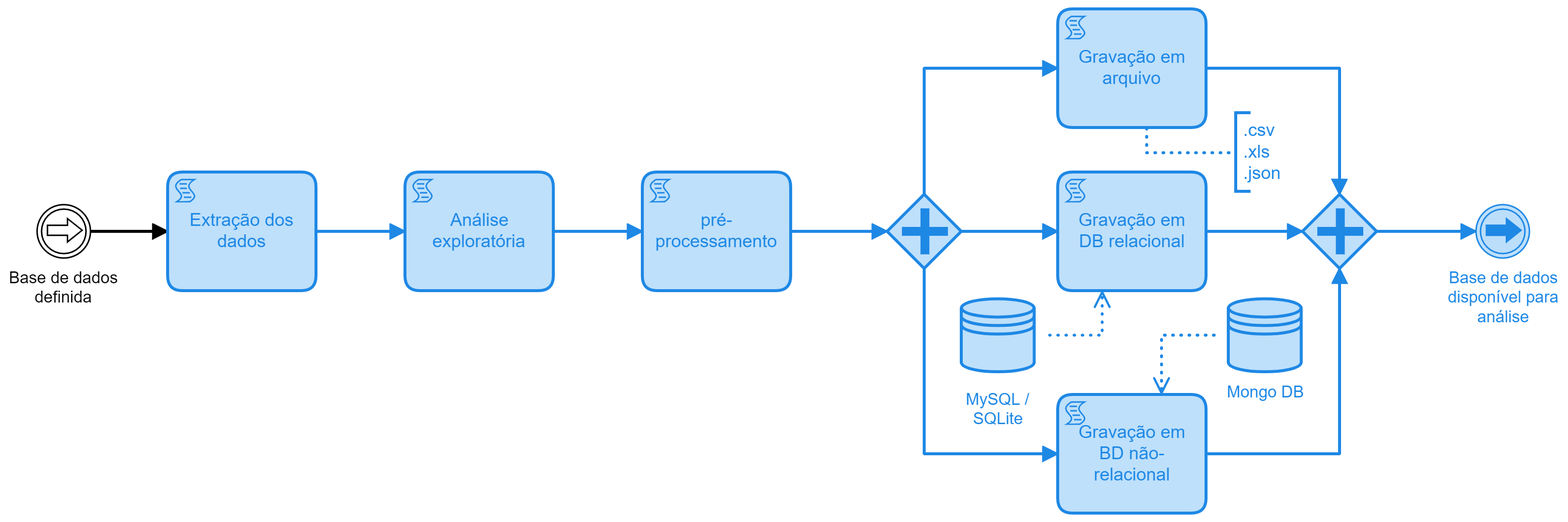
Above: Images/Data_analysis_process_2.png in mauriciovll/DA1_2023_Contratos-SC (BPMN), before the change. Its source is kept beside it as Documents/Data_analysis_process_2.bpmn. Ids are renumbered. Its diagram source:
```xml
<bpmn:definitions xmlns:bpmn="http://www.omg.org/spec/BPMN/20100524/MODEL" xmlns:bpmndi="http://www.omg.org/spec/BPMN/20100524/DI" xmlns:dc="http://www.omg.org/spec/DD/20100524/DC" xmlns:bioc="http://bpmn.io/schema/bpmn/biocolor/1.0" xmlns:color="http://www.omg.org/spec/BPMN/non-normative/color/1.0" xmlns:di="http://www.omg.org/spec/DD/20100524/DI" xmlns:modeler="http://camunda.org/schema/modeler/1.0" id="Definitions_n1" targetNamespace="http://bpmn.io/schema/bpmn" exporter="Camunda Modeler" exporterVersion="4.10.0-nightly.20210829" modeler:executionPlatform="Camunda Platform" modeler:executionPlatformVersion="7.15.0">
  <bpmn:process id="Process_n2" isExecutable="true">
    <bpmn:sequenceFlow id="Flow_n3" sourceRef="StartEvent_1" targetRef="Activity_n4" />
    <bpmn:sequenceFlow id="Flow_n5" sourceRef="Activity_n4" targetRef="Activity_n6" />
    <bpmn:sequenceFlow id="Flow_n7" sourceRef="Activity_n6" targetRef="Activity_n8" />
    <bpmn:sequenceFlow id="Flow_n9" sourceRef="Activity_n8" targetRef="Gateway_n10" />
    <bpmn:sequenceFlow id="Flow_n11" sourceRef="Gateway_n10" targetRef="Activity_n12" />
    <bpmn:sequenceFlow id="Flow_n13" sourceRef="Gateway_n10" targetRef="Activity_n14" />
    <bpmn:sequenceFlow id="Flow_n15" sourceRef="Gateway_n10" targetRef="Activity_n16" />
    <bpmn:sequenceFlow id="Flow_n17" sourceRef="Activity_n12" targetRef="Gateway_n18" />
    <bpmn:sequenceFlow id="Flow_n19" sourceRef="Activity_n14" targetRef="Gateway_n18" />
    <bpmn:sequenceFlow id="Flow_n20" sourceRef="Activity_n16" targetRef="Gateway_n18" />
    <bpmn:sequenceFlow id="Flow_n21" sourceRef="Gateway_n18" targetRef="Event_n22" />
    <bpmn:parallelGateway id="Gateway_n10">
      <bpmn:incoming>Flow_n9</bpmn:incoming>
      <bpmn:outgoing>Flow_n11</bpmn:outgoing>
      <bpmn:outgoing>Flow_n13</bpmn:outgoing>
      <bpmn:outgoing>Flow_n15</bpmn:outgoing>
    </bpmn:parallelGateway>
    <bpmn:parallelGateway id="Gateway_n18">
      <bpmn:incoming>Flow_n17</bpmn:incoming>
      <bpmn:incoming>Flow_n19</bpmn:incoming>
      <bpmn:incoming>Flow_n20</bpmn:incoming>
      <bpmn:outgoing>Flow_n21</bpmn:outgoing>
    </bpmn:parallelGateway>
    <bpmn:intermediateThrowEvent id="Event_n22" name="Base de dados disponível para análise">
      <bpmn:incoming>Flow_n21</bpmn:incoming>
      <bpmn:linkEventDefinition id="LinkEventDefinition_n23" name="" />
    </bpmn:intermediateThrowEvent>
    <bpmn:dataStoreReference id="DataStoreReference_n24" name="MySQL /&#10;SQLite" />
    <bpmn:dataStoreReference id="DataStoreReference_n25" name="Mongo DB" />
    <bpmn:intermediateCatchEvent id="StartEvent_1" name="Base de dados definida">
      <bpmn:outgoing>Flow_n3</bpmn:outgoing>
      <bpmn:linkEventDefinition id="LinkEventDefinition_n26" name="" />
    </bpmn:intermediateCatchEvent>
    <bpmn:scriptTask id="Activity_n4" name="Extração dos dados">
      <bpmn:incoming>Flow_n3</bpmn:incoming>
      <bpmn:outgoing>Flow_n5</bpmn:outgoing>
    </bpmn:scriptTask>
    <bpmn:scriptTask id="Activity_n6" name="Análise exploratória">
      <bpmn:incoming>Flow_n5</bpmn:incoming>
      <bpmn:outgoing>Flow_n7</bpmn:outgoing>
    </bpmn:scriptTask>
    <bpmn:scriptTask id="Activity_n8" name="pré-processamento">
      <bpmn:incoming>Flow_n7</bpmn:incoming>
      <bpmn:outgoing>Flow_n9</bpmn:outgoing>
    </bpmn:scriptTask>
    <bpmn:scriptTask id="Activity_n12" name="Gravação em arquivo">
      <bpmn:incoming>Flow_n11</bpmn:incoming>
      <bpmn:outgoing>Flow_n17</bpmn:outgoing>
    </bpmn:scriptTask>
    <bpmn:scriptTask id="Activity_n14" name="Gravação em DB relacional">
      <bpmn:incoming>Flow_n13</bpmn:incoming>
      <bpmn:outgoing>Flow_n19</bpmn:outgoing>
      <bpmn:property id="Property_n27" name="__targetRef_placeholder" />
      <bpmn:dataInputAssociation id="DataInputAssociation_n28">
        <bpmn:sourceRef>DataStoreReference_n24</bpmn:sourceRef>
        <bpmn:targetRef>Property_n27</bpmn:targetRef>
      </bpmn:dataInputAssociation>
    </bpmn:scriptTask>
    <bpmn:scriptTask id="Activity_n16" name="Gravação em BD não-relacional">
      <bpmn:incoming>Flow_n15</bpmn:incoming>
      <bpmn:outgoing>Flow_n20</bpmn:outgoing>
      <bpmn:property id="Property_n29" name="__targetRef_placeholder" />
      <bpmn:dataInputAssociation id="DataInputAssociation_n30">
        <bpmn:sourceRef>DataStoreReference_n25</bpmn:sourceRef>
        <bpmn:targetRef>Property_n29</bpmn:targetRef>
      </bpmn:dataInputAssociation>
    </bpmn:scriptTask>
    <bpmn:textAnnotation id="TextAnnotation_n31">
      <bpmn:text>.csv
.xls
.json</bpmn:text>
    </bpmn:textAnnotation>
    <bpmn:association id="Association_n32" sourceRef="TextAnnotation_n31" targetRef="Activity_n12" />
  </bpmn:process>
  <bpmndi:BPMNDiagram id="BPMNDiagram_1">
    <bpmndi:BPMNPlane id="BPMNPlane_1" bpmnElement="Process_n2">
      <bpmndi:BPMNEdge id="Flow_n21_di" bpmnElement="Flow_n21" bioc:stroke="#1e88e5" color:border-color="#1e88e5">
        <di:waypoint x="1075" y="270" />
        <di:waypoint x="1142" y="270" />
      </bpmndi:BPMNEdge>
      <bpmndi:BPMNEdge id="Flow_n20_di" bpmnElement="Flow_n20" bioc:stroke="#1e88e5" color:border-color="#1e88e5">
        <di:waypoint x="960" y="420" />
        <di:waypoint x="1050" y="420" />
        <di:waypoint x="1050" y="295" />
      </bpmndi:BPMNEdge>
      <bpmndi:BPMNEdge id="Flow_n19_di" bpmnElement="Flow_n19" bioc:stroke="#1e88e5" color:border-color="#1e88e5">
        <di:waypoint x="960" y="270" />
        <di:waypoint x="1025" y="270" />
      </bpmndi:BPMNEdge>
      <bpmndi:BPMNEdge id="Flow_n17_di" bpmnElement="Flow_n17" bioc:stroke="#1e88e5" color:border-color="#1e88e5">
        <di:waypoint x="960" y="160" />
        <di:waypoint x="1050" y="160" />
        <di:waypoint x="1050" y="245" />
      </bpmndi:BPMNEdge>
      <bpmndi:BPMNEdge id="Flow_n15_di" bpmnElement="Flow_n15" bioc:stroke="#1e88e5" color:border-color="#1e88e5">
        <di:waypoint x="770" y="295" />
        <di:waypoint x="770" y="420" />
        <di:waypoint x="860" y="420" />
      </bpmndi:BPMNEdge>
      <bpmndi:BPMNEdge id="Flow_n13_di" bpmnElement="Flow_n13" bioc:stroke="#1e88e5" color:border-color="#1e88e5">
        <di:waypoint x="795" y="270" />
        <di:waypoint x="860" y="270" />
      </bpmndi:BPMNEdge>
      <bpmndi:BPMNEdge id="Flow_n11_di" bpmnElement="Flow_n11" bioc:stroke="#1e88e5" color:border-color="#1e88e5">
        <di:waypoint x="770" y="245" />
        <di:waypoint x="770" y="160" />
        <di:waypoint x="860" y="160" />
      </bpmndi:BPMNEdge>
      <bpmndi:BPMNEdge id="Flow_n9_di" bpmnElement="Flow_n9" bioc:stroke="#1e88e5" color:border-color="#1e88e5">
        <di:waypoint x="680" y="270" />
        <di:waypoint x="745" y="270" />
      </bpmndi:BPMNEdge>
      <bpmndi:BPMNEdge id="Flow_n7_di" bpmnElement="Flow_n7" bioc:stroke="#1e88e5" color:border-color="#1e88e5">
        <di:waypoint x="520" y="270" />
        <di:waypoint x="580" y="270" />
      </bpmndi:BPMNEdge>
      <bpmndi:BPMNEdge id="Flow_n5_di" bpmnElement="Flow_n5" bioc:stroke="#1e88e5" color:border-color="#1e88e5">
        <di:waypoint x="360" y="270" />
        <di:waypoint x="420" y="270" />
      </bpmndi:BPMNEdge>
      <bpmndi:BPMNEdge id="Flow_n3_di" bpmnElement="Flow_n3" bioc:stroke="#000000" color:border-color="#000000">
        <di:waypoint x="208" y="270" />
        <di:waypoint x="260" y="270" />
      </bpmndi:BPMNEdge>
      <bpmndi:BPMNShape id="Gateway_0hfpdoh_di" bpmnElement="Gateway_n10" bioc:stroke="#1e88e5" bioc:fill="#bbdefb" color:background-color="#bbdefb" color:border-color="#1e88e5">
        <dc:Bounds x="745" y="245" width="50" height="50" />
      </bpmndi:BPMNShape>
      <bpmndi:BPMNShape id="Gateway_0vm4m70_di" bpmnElement="Gateway_n18" bioc:stroke="#1e88e5" bioc:fill="#bbdefb" color:background-color="#bbdefb" color:border-color="#1e88e5">
        <dc:Bounds x="1025" y="245" width="50" height="50" />
      </bpmndi:BPMNShape>
      <bpmndi:BPMNShape id="Event_12klb8m_di" bpmnElement="Event_n22" bioc:stroke="#1e88e5" bioc:fill="#bbdefb" color:background-color="#bbdefb" color:border-color="#1e88e5">
        <dc:Bounds x="1142" y="252" width="36" height="36" />
        <bpmndi:BPMNLabel>
          <dc:Bounds x="1123" y="295" width="75" height="40" />
        </bpmndi:BPMNLabel>
      </bpmndi:BPMNShape>
      <bpmndi:BPMNShape id="DataStoreReference_n24_di" bpmnElement="DataStoreReference_n24" bioc:stroke="#1e88e5" bioc:fill="#bbdefb" color:background-color="#bbdefb" color:border-color="#1e88e5">
        <dc:Bounds x="795" y="315" width="50" height="50" />
        <bpmndi:BPMNLabel>
          <dc:Bounds x="798" y="377" width="44" height="27" />
        </bpmndi:BPMNLabel>
      </bpmndi:BPMNShape>
      <bpmndi:BPMNShape id="DataStoreReference_n25_di" bpmnElement="DataStoreReference_n25" bioc:stroke="#1e88e5" bioc:fill="#bbdefb" color:background-color="#bbdefb" color:border-color="#1e88e5">
        <dc:Bounds x="975" y="315" width="50" height="50" />
        <bpmndi:BPMNLabel>
          <dc:Bounds x="974" y="372" width="52" height="14" />
        </bpmndi:BPMNLabel>
      </bpmndi:BPMNShape>
      <bpmndi:BPMNShape id="Event_13evutb_di" bpmnElement="StartEvent_1" bioc:stroke="#000000" bioc:fill="#ffffff" color:background-color="#ffffff" color:border-color="#000000">
        <dc:Bounds x="172" y="252" width="36" height="36" />
        <bpmndi:BPMNLabel>
          <dc:Bounds x="153" y="295" width="74" height="27" />
        </bpmndi:BPMNLabel>
      </bpmndi:BPMNShape>
      <bpmndi:BPMNShape id="Activity_1ipvuxh_di" bpmnElement="Activity_n4" bioc:stroke="#1e88e5" bioc:fill="#bbdefb" color:background-color="#bbdefb" color:border-color="#1e88e5">
        <dc:Bounds x="260" y="230" width="100" height="80" />
      </bpmndi:BPMNShape>
      <bpmndi:BPMNShape id="Activity_1uagcx9_di" bpmnElement="Activity_n6" bioc:stroke="#1e88e5" bioc:fill="#bbdefb" color:background-color="#bbdefb" color:border-color="#1e88e5">
        <dc:Bounds x="420" y="230" width="100" height="80" />
      </bpmndi:BPMNShape>
      <bpmndi:BPMNShape id="Activity_1w5jt7l_di" bpmnElement="Activity_n8" bioc:stroke="#1e88e5" bioc:fill="#bbdefb" color:background-color="#bbdefb" color:border-color="#1e88e5">
        <dc:Bounds x="580" y="230" width="100" height="80" />
      </bpmndi:BPMNShape>
      <bpmndi:BPMNShape id="Activity_031lwtl_di" bpmnElement="Activity_n12" bioc:stroke="#1e88e5" bioc:fill="#bbdefb" color:background-color="#bbdefb" color:border-color="#1e88e5">
        <dc:Bounds x="860" y="120" width="100" height="80" />
      </bpmndi:BPMNShape>
      <bpmndi:BPMNShape id="Activity_0lxtlyb_di" bpmnElement="Activity_n14" bioc:stroke="#1e88e5" bioc:fill="#bbdefb" color:background-color="#bbdefb" color:border-color="#1e88e5">
        <dc:Bounds x="860" y="230" width="100" height="80" />
      </bpmndi:BPMNShape>
      <bpmndi:BPMNShape id="Activity_13qg2kt_di" bpmnElement="Activity_n16" bioc:stroke="#1e88e5" bioc:fill="#bbdefb" color:background-color="#bbdefb" color:border-color="#1e88e5">
        <dc:Bounds x="860" y="380" width="100" height="80" />
      </bpmndi:BPMNShape>
      <bpmndi:BPMNShape id="TextAnnotation_n31_di" bpmnElement="TextAnnotation_n31" bioc:stroke="#1e88e5" bioc:fill="#bbdefb" color:background-color="#bbdefb" color:border-color="#1e88e5">
        <dc:Bounds x="980" y="190" width="100" height="53" />
      </bpmndi:BPMNShape>
      <bpmndi:BPMNEdge id="DataInputAssociation_n28_di" bpmnElement="DataInputAssociation_n28" bioc:stroke="#1e88e5" color:border-color="#1e88e5">
        <di:waypoint x="850" y="340" />
        <di:waypoint x="890" y="340" />
        <di:waypoint x="890" y="310" />
      </bpmndi:BPMNEdge>
      <bpmndi:BPMNEdge id="DataInputAssociation_n30_di" bpmnElement="DataInputAssociation_n30" bioc:stroke="#1e88e5" color:border-color="#1e88e5">
        <di:waypoint x="970" y="340" />
        <di:waypoint x="930" y="340" />
        <di:waypoint x="930" y="380" />
      </bpmndi:BPMNEdge>
      <bpmndi:BPMNEdge id="Association_n32_di" bpmnElement="Association_n32" bioc:stroke="#1e88e5" color:border-color="#1e88e5">
        <di:waypoint x="980" y="217" />
        <di:waypoint x="920" y="217" />
        <di:waypoint x="920" y="200" />
      </bpmndi:BPMNEdge>
    </bpmndi:BPMNPlane>
  </bpmndi:BPMNDiagram>
</bpmn:definitions>
```
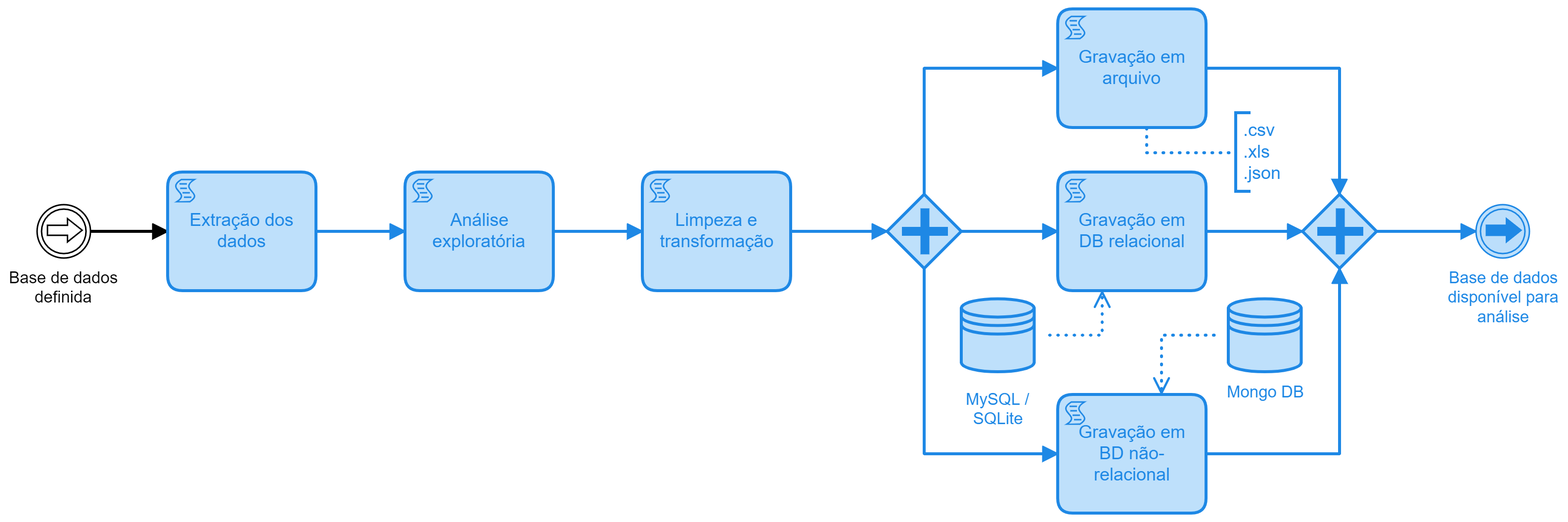
Above is the later version.

Commit message:
Ajustes em modelos BPMN

Diff of the diagram source:
```diff
@@ -41,7 +41,7 @@
       <bpmn:incoming>Flow_n5</bpmn:incoming>
       <bpmn:outgoing>Flow_n7</bpmn:outgoing>
     </bpmn:scriptTask>
-    <bpmn:scriptTask id="Activity_n8" name="pré-processamento">
+    <bpmn:scriptTask id="Activity_n8" name="Limpeza e transformação">
       <bpmn:incoming>Flow_n7</bpmn:incoming>
       <bpmn:outgoing>Flow_n9</bpmn:outgoing>
     </bpmn:scriptTask>
```
